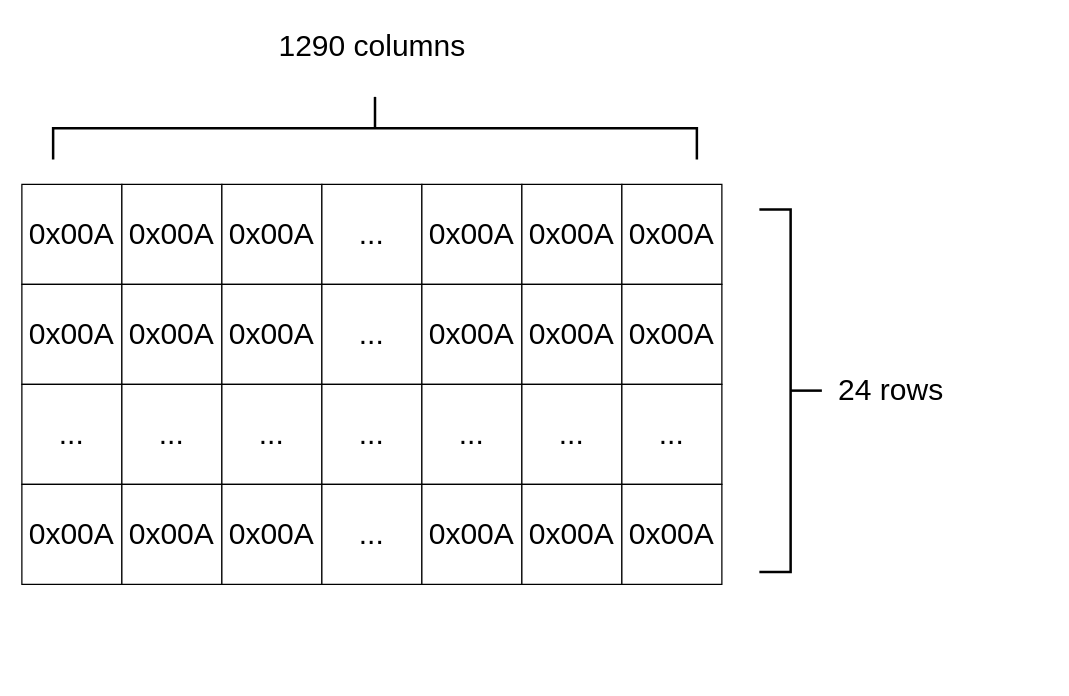
sabarioded/Patterns_Project keeps this draw.io diagram as Diagrams/matrix3.drawio. Above is the earlier version. Source tidied: cells renumbered, new cells numbered last; positions are measured from the earlier drawing's top-left corner, leaving out a move shared by most shapes. Both pictures are drawn from the tidied source at 125%, with x=0, y=0 at pixel (21, -194).
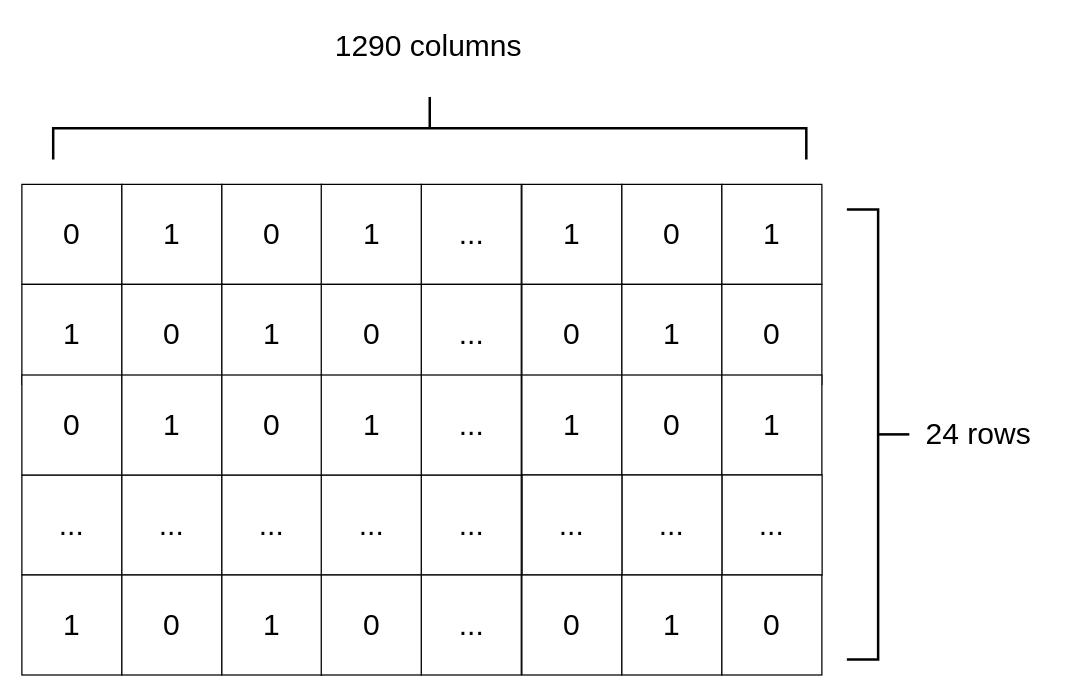
The same diagram, later.

What changed in the source:
```diff
@@
-    <mxCell id="2" value="&lt;font style=&quot;font-size: 24px;&quot;&gt;0x00A&lt;/font&gt;" style="rounded=0;whiteSpace=wrap;html=1;" parent="1" vertex="1">
+    <mxCell id="2" value="&lt;font style=&quot;font-size: 24px;&quot;&gt;0&lt;/font&gt;" style="rounded=0;whiteSpace=wrap;html=1;" parent="1" vertex="1">
       <mxGeometry y="302" width="80" height="80" as="geometry" />
     </mxCell>
-    <mxCell id="3" value="&lt;span style=&quot;font-size: 24px;&quot;&gt;0x00A&lt;/span&gt;" style="rounded=0;whiteSpace=wrap;html=1;" parent="1" vertex="1">
+    <mxCell id="3" value="&lt;span style=&quot;font-size: 24px;&quot;&gt;1&lt;/span&gt;" style="rounded=0;whiteSpace=wrap;html=1;" parent="1" vertex="1">
       <mxGeometry x="80" y="302" width="80" height="80" as="geometry" />
     </mxCell>
-    <mxCell id="4" value="&lt;span style=&quot;font-size: 24px;&quot;&gt;0x00A&lt;/span&gt;" style="rounded=0;whiteSpace=wrap;html=1;" parent="1" vertex="1">
+    <mxCell id="4" value="&lt;span style=&quot;font-size: 24px;&quot;&gt;0&lt;/span&gt;" style="rounded=0;whiteSpace=wrap;html=1;" parent="1" vertex="1">
       <mxGeometry x="160" y="302" width="80" height="80" as="geometry" />
     </mxCell>
     <mxCell id="5" value="&lt;font style=&quot;font-size: 24px;&quot;&gt;...&lt;/font&gt;" style="rounded=0;whiteSpace=wrap;html=1;" parent="1" vertex="1">
-      <mxGeometry x="240" y="302" width="80" height="80" as="geometry" />
+      <mxGeometry x="319.5" y="302" width="80" height="80" as="geometry" />
     </mxCell>
-    <mxCell id="6" value="&lt;span style=&quot;font-size: 24px;&quot;&gt;0x00A&lt;/span&gt;" style="rounded=0;whiteSpace=wrap;html=1;" parent="1" vertex="1">
-      <mxGeometry x="320" y="302" width="80" height="80" as="geometry" />
+    <mxCell id="6" value="&lt;span style=&quot;font-size: 24px;&quot;&gt;1&lt;/span&gt;" style="rounded=0;whiteSpace=wrap;html=1;" parent="1" vertex="1">
+      <mxGeometry x="400" y="302" width="80" height="80" as="geometry" />
     </mxCell>
-    <mxCell id="7" value="&lt;span style=&quot;font-size: 24px;&quot;&gt;0x00A&lt;/span&gt;" style="rounded=0;whiteSpace=wrap;html=1;" parent="1" vertex="1">
-      <mxGeometry x="400" y="302" width="80" height="80" as="geometry" />
+    <mxCell id="7" value="&lt;span style=&quot;font-size: 24px;&quot;&gt;0&lt;/span&gt;" style="rounded=0;whiteSpace=wrap;html=1;" parent="1" vertex="1">
+      <mxGeometry x="480" y="302" width="80" height="80" as="geometry" />
     </mxCell>
-    <mxCell id="8" value="&lt;span style=&quot;font-size: 24px;&quot;&gt;0x00A&lt;/span&gt;" style="rounded=0;whiteSpace=wrap;html=1;" parent="1" vertex="1">
-      <mxGeometry x="480" y="302" width="80" height="80" as="geometry" />
+    <mxCell id="8" value="&lt;span style=&quot;font-size: 24px;&quot;&gt;1&lt;/span&gt;" style="rounded=0;whiteSpace=wrap;html=1;" parent="1" vertex="1">
+      <mxGeometry x="560" y="302" width="80" height="80" as="geometry" />
     </mxCell>
-    <mxCell id="9" value="&lt;span style=&quot;font-size: 24px;&quot;&gt;0x00A&lt;/span&gt;" style="rounded=0;whiteSpace=wrap;html=1;" parent="1" vertex="1">
+    <mxCell id="9" value="&lt;span style=&quot;font-size: 24px;&quot;&gt;1&lt;/span&gt;" style="rounded=0;whiteSpace=wrap;html=1;" parent="1" vertex="1">
       <mxGeometry y="382" width="80" height="80" as="geometry" />
     </mxCell>
-    <mxCell id="10" value="&lt;span style=&quot;font-size: 24px;&quot;&gt;0x00A&lt;/span&gt;" style="rounded=0;whiteSpace=wrap;html=1;" parent="1" vertex="1">
+    <mxCell id="10" value="&lt;span style=&quot;font-size: 24px;&quot;&gt;0&lt;/span&gt;" style="rounded=0;whiteSpace=wrap;html=1;" parent="1" vertex="1">
       <mxGeometry x="80" y="382" width="80" height="80" as="geometry" />
     </mxCell>
-    <mxCell id="11" value="&lt;span style=&quot;font-size: 24px;&quot;&gt;0x00A&lt;/span&gt;" style="rounded=0;whiteSpace=wrap;html=1;" parent="1" vertex="1">
+    <mxCell id="11" value="&lt;span style=&quot;font-size: 24px;&quot;&gt;1&lt;/span&gt;" style="rounded=0;whiteSpace=wrap;html=1;" parent="1" vertex="1">
       <mxGeometry x="160" y="382" width="80" height="80" as="geometry" />
     </mxCell>
     <mxCell id="12" value="&lt;font style=&quot;font-size: 24px;&quot;&gt;...&lt;/font&gt;" style="rounded=0;whiteSpace=wrap;html=1;" parent="1" vertex="1">
-      <mxGeometry x="240" y="382" width="80" height="80" as="geometry" />
+      <mxGeometry x="319.5" y="382" width="80" height="80" as="geometry" />
     </mxCell>
-    <mxCell id="13" value="&lt;span style=&quot;font-size: 24px;&quot;&gt;0x00A&lt;/span&gt;" style="rounded=0;whiteSpace=wrap;html=1;" parent="1" vertex="1">
-      <mxGeometry x="320" y="382" width="80" height="80" as="geometry" />
-    </mxCell>
-    <mxCell id="14" value="&lt;span style=&quot;font-size: 24px;&quot;&gt;0x00A&lt;/span&gt;" style="rounded=0;whiteSpace=wrap;html=1;" parent="1" vertex="1">
-      <mxGeometry x="400" y="382" width="80" height="80" as="geometry" />
-    </mxCell>
-    <mxCell id="15" value="&lt;span style=&quot;font-size: 24px;&quot;&gt;0x00A&lt;/span&gt;" style="rounded=0;whiteSpace=wrap;html=1;" parent="1" vertex="1">
-      <mxGeometry x="480" y="382" width="80" height="80" as="geometry" />
-    </mxCell>
     <mxCell id="16" value="&lt;font style=&quot;font-size: 24px;&quot;&gt;...&lt;/font&gt;" style="rounded=0;whiteSpace=wrap;html=1;" parent="1" vertex="1">
-      <mxGeometry y="462" width="80" height="80" as="geometry" />
+      <mxGeometry y="534.5" width="80" height="80" as="geometry" />
     </mxCell>
     <mxCell id="17" value="&lt;font style=&quot;font-size: 24px;&quot;&gt;...&lt;/font&gt;" style="rounded=0;whiteSpace=wrap;html=1;" parent="1" vertex="1">
-      <mxGeometry x="80" y="462" width="80" height="80" as="geometry" />
+      <mxGeometry x="80" y="534.5" width="80" height="80" as="geometry" />
     </mxCell>
     <mxCell id="18" value="&lt;font style=&quot;font-size: 24px;&quot;&gt;...&lt;/font&gt;" style="rounded=0;whiteSpace=wrap;html=1;" parent="1" vertex="1">
-      <mxGeometry x="160" y="462" width="80" height="80" as="geometry" />
+      <mxGeometry x="160" y="534.5" width="80" height="80" as="geometry" />
     </mxCell>
     <mxCell id="19" value="&lt;font style=&quot;font-size: 24px;&quot;&gt;...&lt;/font&gt;" style="rounded=0;whiteSpace=wrap;html=1;" parent="1" vertex="1">
-      <mxGeometry x="240" y="462" width="80" height="80" as="geometry" />
+      <mxGeometry x="319.5" y="534.5" width="80" height="80" as="geometry" />
     </mxCell>
-    <mxCell id="20" value="&lt;span style=&quot;font-size: 24px;&quot;&gt;...&lt;/span&gt;" style="rounded=0;whiteSpace=wrap;html=1;" parent="1" vertex="1">
-      <mxGeometry x="320" y="462" width="80" height="80" as="geometry" />
-    </mxCell>
-    <mxCell id="21" value="&lt;font style=&quot;font-size: 24px;&quot;&gt;...&lt;/font&gt;" style="rounded=0;whiteSpace=wrap;html=1;" parent="1" vertex="1">
-      <mxGeometry x="400" y="462" width="80" height="80" as="geometry" />
-    </mxCell>
-    <mxCell id="22" value="&lt;font style=&quot;font-size: 24px;&quot;&gt;...&lt;/font&gt;" style="rounded=0;whiteSpace=wrap;html=1;" parent="1" vertex="1">
-      <mxGeometry x="480" y="462" width="80" height="80" as="geometry" />
-    </mxCell>
-    <mxCell id="23" value="&lt;span style=&quot;font-size: 24px;&quot;&gt;0x00A&lt;/span&gt;" style="rounded=0;whiteSpace=wrap;html=1;" parent="1" vertex="1">
-      <mxGeometry y="542" width="80" height="80" as="geometry" />
-    </mxCell>
-    <mxCell id="24" value="&lt;span style=&quot;font-size: 24px;&quot;&gt;0x00A&lt;/span&gt;" style="rounded=0;whiteSpace=wrap;html=1;" parent="1" vertex="1">
-      <mxGeometry x="80" y="542" width="80" height="80" as="geometry" />
-    </mxCell>
-    <mxCell id="25" value="&lt;span style=&quot;font-size: 24px;&quot;&gt;0x00A&lt;/span&gt;" style="rounded=0;whiteSpace=wrap;html=1;" parent="1" vertex="1">
-      <mxGeometry x="160" y="542" width="80" height="80" as="geometry" />
-    </mxCell>
-    <mxCell id="26" value="&lt;font style=&quot;font-size: 24px;&quot;&gt;...&lt;/font&gt;" style="rounded=0;whiteSpace=wrap;html=1;" parent="1" vertex="1">
-      <mxGeometry x="240" y="542" width="80" height="80" as="geometry" />
-    </mxCell>
-    <mxCell id="27" value="&lt;span style=&quot;font-size: 24px;&quot;&gt;0x00A&lt;/span&gt;" style="rounded=0;whiteSpace=wrap;html=1;" parent="1" vertex="1">
-      <mxGeometry x="320" y="542" width="80" height="80" as="geometry" />
-    </mxCell>
-    <mxCell id="28" value="&lt;span style=&quot;font-size: 24px;&quot;&gt;0x00A&lt;/span&gt;" style="rounded=0;whiteSpace=wrap;html=1;" parent="1" vertex="1">
-      <mxGeometry x="400" y="542" width="80" height="80" as="geometry" />
-    </mxCell>
-    <mxCell id="29" value="&lt;span style=&quot;font-size: 24px;&quot;&gt;0x00A&lt;/span&gt;" style="rounded=0;whiteSpace=wrap;html=1;" parent="1" vertex="1">
-      <mxGeometry x="480" y="542" width="80" height="80" as="geometry" />
-    </mxCell>
     <mxCell id="30" style="strokeWidth=2;html=1;shape=mxgraph.flowchart.annotation_2;align=left;labelPosition=right;rotation=-180;" parent="1" vertex="1">
-      <mxGeometry x="590" y="322" width="50" height="290" as="geometry" />
+      <mxGeometry x="660" y="322" width="50" height="360" as="geometry" />
     </mxCell>
     <mxCell id="31" value="&lt;font style=&quot;font-size: 24px;&quot;&gt;24 rows&lt;/font&gt;" style="text;html=1;align=center;verticalAlign=middle;strokeColor=none;fillColor=none;" parent="1" vertex="1">
-      <mxGeometry x="640" y="447" width="110" height="40" as="geometry" />
+      <mxGeometry x="710" y="482" width="110" height="40" as="geometry" />
     </mxCell>
     <mxCell id="32" style="strokeWidth=2;html=1;shape=mxgraph.flowchart.annotation_2;align=left;labelPosition=right;rotation=90;" parent="1" vertex="1">
-      <mxGeometry x="257.5" y="-0.5" width="50" height="515" as="geometry" />
+      <mxGeometry x="301.3" y="-44.2" width="50" height="602.5" as="geometry" />
     </mxCell>
     <mxCell id="33" value="&lt;font style=&quot;font-size: 24px;&quot;&gt;1290 columns&lt;/font&gt;" style="text;html=1;align=center;verticalAlign=middle;strokeColor=none;fillColor=none;" parent="1" vertex="1">
-      <mxGeometry x="195" y="172" width="170" height="40" as="geometry" />
+      <mxGeometry x="239.5" y="172" width="170" height="40" as="geometry" />
     </mxCell>
+    <mxCell id="34" value="&lt;span style=&quot;font-size: 24px;&quot;&gt;1&lt;/span&gt;" style="rounded=0;whiteSpace=wrap;html=1;" parent="1" vertex="1">
+      <mxGeometry x="239.5" y="302" width="80" height="80" as="geometry" />
+    </mxCell>
+    <mxCell id="35" value="&lt;span style=&quot;font-size: 24px;&quot;&gt;0&lt;/span&gt;" style="rounded=0;whiteSpace=wrap;html=1;" parent="1" vertex="1">
+      <mxGeometry x="239.5" y="382" width="80" height="80" as="geometry" />
+    </mxCell>
+    <mxCell id="36" value="&lt;font style=&quot;font-size: 24px;&quot;&gt;...&lt;/font&gt;" style="rounded=0;whiteSpace=wrap;html=1;" parent="1" vertex="1">
+      <mxGeometry x="239.5" y="534.5" width="80" height="80" as="geometry" />
+    </mxCell>
+    <mxCell id="37" value="&lt;span style=&quot;font-size: 24px;&quot;&gt;0&lt;/span&gt;" style="rounded=0;whiteSpace=wrap;html=1;" parent="1" vertex="1">
+      <mxGeometry x="400" y="382" width="80" height="80" as="geometry" />
+    </mxCell>
+    <mxCell id="38" value="&lt;span style=&quot;font-size: 24px;&quot;&gt;1&lt;/span&gt;" style="rounded=0;whiteSpace=wrap;html=1;" parent="1" vertex="1">
+      <mxGeometry x="480" y="382" width="80" height="80" as="geometry" />
+    </mxCell>
+    <mxCell id="39" value="&lt;span style=&quot;font-size: 24px;&quot;&gt;0&lt;/span&gt;" style="rounded=0;whiteSpace=wrap;html=1;" parent="1" vertex="1">
+      <mxGeometry x="560" y="382" width="80" height="80" as="geometry" />
+    </mxCell>
+    <mxCell id="40" value="&lt;font style=&quot;font-size: 24px;&quot;&gt;0&lt;/font&gt;" style="rounded=0;whiteSpace=wrap;html=1;" parent="1" vertex="1">
+      <mxGeometry y="454.5" width="80" height="80" as="geometry" />
+    </mxCell>
+    <mxCell id="41" value="&lt;span style=&quot;font-size: 24px;&quot;&gt;1&lt;/span&gt;" style="rounded=0;whiteSpace=wrap;html=1;" parent="1" vertex="1">
+      <mxGeometry x="80" y="454.5" width="80" height="80" as="geometry" />
+    </mxCell>
+    <mxCell id="42" value="&lt;span style=&quot;font-size: 24px;&quot;&gt;0&lt;/span&gt;" style="rounded=0;whiteSpace=wrap;html=1;" parent="1" vertex="1">
+      <mxGeometry x="160" y="454.5" width="80" height="80" as="geometry" />
+    </mxCell>
+    <mxCell id="43" value="&lt;font style=&quot;font-size: 24px;&quot;&gt;...&lt;/font&gt;" style="rounded=0;whiteSpace=wrap;html=1;" parent="1" vertex="1">
+      <mxGeometry x="319.5" y="454.5" width="80" height="80" as="geometry" />
+    </mxCell>
+    <mxCell id="44" value="&lt;span style=&quot;font-size: 24px;&quot;&gt;1&lt;/span&gt;" style="rounded=0;whiteSpace=wrap;html=1;" parent="1" vertex="1">
+      <mxGeometry x="400" y="454.5" width="80" height="80" as="geometry" />
+    </mxCell>
+    <mxCell id="45" value="&lt;span style=&quot;font-size: 24px;&quot;&gt;0&lt;/span&gt;" style="rounded=0;whiteSpace=wrap;html=1;" parent="1" vertex="1">
+      <mxGeometry x="480" y="454.5" width="80" height="80" as="geometry" />
+    </mxCell>
+    <mxCell id="46" value="&lt;span style=&quot;font-size: 24px;&quot;&gt;1&lt;/span&gt;" style="rounded=0;whiteSpace=wrap;html=1;" parent="1" vertex="1">
+      <mxGeometry x="560" y="454.5" width="80" height="80" as="geometry" />
+    </mxCell>
+    <mxCell id="47" value="&lt;span style=&quot;font-size: 24px;&quot;&gt;1&lt;/span&gt;" style="rounded=0;whiteSpace=wrap;html=1;" parent="1" vertex="1">
+      <mxGeometry x="239.5" y="454.5" width="80" height="80" as="geometry" />
+    </mxCell>
+    <mxCell id="48" value="&lt;font style=&quot;font-size: 24px;&quot;&gt;...&lt;/font&gt;" style="rounded=0;whiteSpace=wrap;html=1;" parent="1" vertex="1">
+      <mxGeometry x="400.2" y="534.5" width="80" height="80" as="geometry" />
+    </mxCell>
+    <mxCell id="49" value="&lt;font style=&quot;font-size: 24px;&quot;&gt;...&lt;/font&gt;" style="rounded=0;whiteSpace=wrap;html=1;" parent="1" vertex="1">
+      <mxGeometry x="480.2" y="534.5" width="80" height="80" as="geometry" />
+    </mxCell>
+    <mxCell id="50" value="&lt;font style=&quot;font-size: 24px;&quot;&gt;...&lt;/font&gt;" style="rounded=0;whiteSpace=wrap;html=1;" parent="1" vertex="1">
+      <mxGeometry x="560.2" y="534.5" width="80" height="80" as="geometry" />
+    </mxCell>
+    <mxCell id="51" value="&lt;font style=&quot;font-size: 24px;&quot;&gt;1&lt;/font&gt;" style="rounded=0;whiteSpace=wrap;html=1;" parent="1" vertex="1">
+      <mxGeometry y="614.5" width="80" height="80" as="geometry" />
+    </mxCell>
+    <mxCell id="52" value="&lt;span style=&quot;font-size: 24px;&quot;&gt;0&lt;/span&gt;" style="rounded=0;whiteSpace=wrap;html=1;" parent="1" vertex="1">
+      <mxGeometry x="80" y="614.5" width="80" height="80" as="geometry" />
+    </mxCell>
+    <mxCell id="53" value="&lt;span style=&quot;font-size: 24px;&quot;&gt;1&lt;/span&gt;" style="rounded=0;whiteSpace=wrap;html=1;" parent="1" vertex="1">
+      <mxGeometry x="160" y="614.5" width="80" height="80" as="geometry" />
+    </mxCell>
+    <mxCell id="54" value="&lt;font style=&quot;font-size: 24px;&quot;&gt;...&lt;/font&gt;" style="rounded=0;whiteSpace=wrap;html=1;" parent="1" vertex="1">
+      <mxGeometry x="319.5" y="614.5" width="80" height="80" as="geometry" />
+    </mxCell>
+    <mxCell id="55" value="&lt;span style=&quot;font-size: 24px;&quot;&gt;0&lt;/span&gt;" style="rounded=0;whiteSpace=wrap;html=1;" parent="1" vertex="1">
+      <mxGeometry x="400" y="614.5" width="80" height="80" as="geometry" />
+    </mxCell>
+    <mxCell id="56" value="&lt;span style=&quot;font-size: 24px;&quot;&gt;1&lt;/span&gt;" style="rounded=0;whiteSpace=wrap;html=1;" parent="1" vertex="1">
+      <mxGeometry x="480" y="614.5" width="80" height="80" as="geometry" />
+    </mxCell>
+    <mxCell id="57" value="&lt;span style=&quot;font-size: 24px;&quot;&gt;0&lt;/span&gt;" style="rounded=0;whiteSpace=wrap;html=1;" parent="1" vertex="1">
+      <mxGeometry x="560" y="614.5" width="80" height="80" as="geometry" />
+    </mxCell>
+    <mxCell id="58" value="&lt;span style=&quot;font-size: 24px;&quot;&gt;0&lt;/span&gt;" style="rounded=0;whiteSpace=wrap;html=1;" parent="1" vertex="1">
+      <mxGeometry x="239.5" y="614.5" width="80" height="80" as="geometry" />
+    </mxCell>
```
